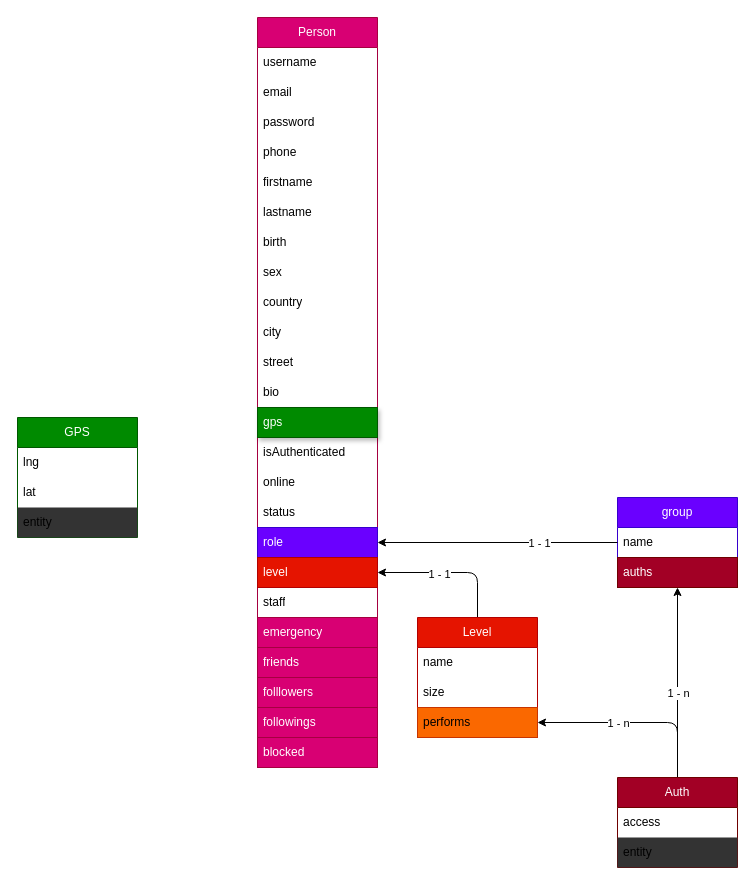
This is user.drawio from hydromelvictor/wilder, a draw.io file, before an edit. Source tidied: cells renumbered, new cells numbered last; positions are measured from the earlier drawing's top-left corner, leaving out a move shared by most shapes. Both pictures are drawn from the tidied source at 100%, with x=0, y=0 at pixel (17, 17).
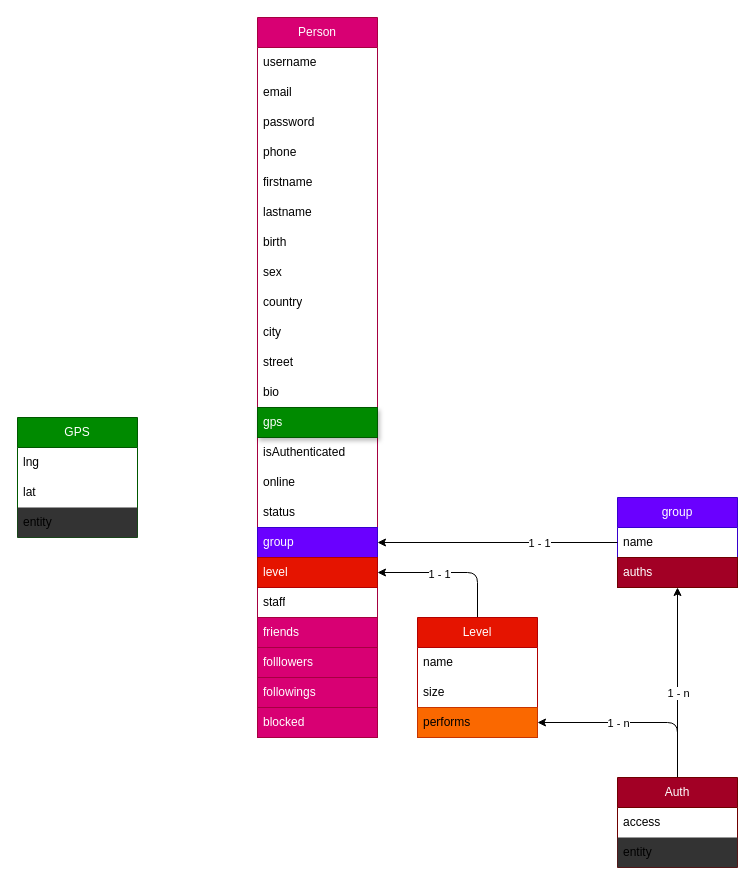
After the change.

Commit message (it also covers changes not shown here):
update with user authentication added

Diff of the diagram source:
```diff
@@
     <mxCell id="2" value="Person" style="swimlane;fontStyle=0;horizontal=1;startSize=30;whiteSpace=wrap;html=1;fillColor=#d80073;fontColor=#ffffff;strokeColor=#A50040;" parent="1" vertex="1">
-      <mxGeometry x="240" width="120" height="750" as="geometry" />
+      <mxGeometry x="240" width="120" height="720" as="geometry" />
     </mxCell>
@@
-    <mxCell id="19" value="role" style="text;strokeColor=#3700CC;fillColor=#6a00ff;align=left;verticalAlign=middle;spacingLeft=4;spacingRight=4;overflow=hidden;points=[[0,0.5],[1,0.5]];portConstraint=eastwest;whiteSpace=wrap;html=1;fontColor=#ffffff;" parent="2" vertex="1">
+    <mxCell id="19" value="group" style="text;strokeColor=#3700CC;fillColor=#6a00ff;align=left;verticalAlign=middle;spacingLeft=4;spacingRight=4;overflow=hidden;points=[[0,0.5],[1,0.5]];portConstraint=eastwest;whiteSpace=wrap;html=1;fontColor=#ffffff;" parent="2" vertex="1">
       <mxGeometry y="510" width="120" height="30" as="geometry" />
     </mxCell>
@@
-    <mxCell id="22" value="emergency" style="text;strokeColor=#A50040;fillColor=#d80073;align=left;verticalAlign=middle;spacingLeft=4;spacingRight=4;overflow=hidden;whiteSpace=wrap;html=1;fontColor=#ffffff;" parent="2" vertex="1">
-      <mxGeometry y="600" width="120" height="30" as="geometry" />
-    </mxCell>
     <mxCell id="23" value="friends" style="text;strokeColor=#A50040;fillColor=#d80073;align=left;verticalAlign=middle;spacingLeft=4;spacingRight=4;overflow=hidden;whiteSpace=wrap;html=1;fontColor=#ffffff;" parent="2" vertex="1">
-      <mxGeometry y="630" width="120" height="30" as="geometry" />
+      <mxGeometry y="600" width="120" height="30" as="geometry" />
     </mxCell>
     <mxCell id="24" value="folllowers" style="text;align=left;verticalAlign=middle;spacingLeft=4;spacingRight=4;overflow=hidden;whiteSpace=wrap;html=1;fillColor=#d80073;fontColor=#ffffff;strokeColor=#A50040;" parent="2" vertex="1">
-      <mxGeometry y="660" width="120" height="30" as="geometry" />
+      <mxGeometry y="630" width="120" height="30" as="geometry" />
     </mxCell>
     <mxCell id="25" value="followings" style="text;align=left;verticalAlign=middle;spacingLeft=4;spacingRight=4;overflow=hidden;whiteSpace=wrap;html=1;fillColor=#d80073;fontColor=#ffffff;strokeColor=#A50040;" parent="2" vertex="1">
-      <mxGeometry y="690" width="120" height="30" as="geometry" />
+      <mxGeometry y="660" width="120" height="30" as="geometry" />
     </mxCell>
     <mxCell id="26" value="blocked" style="text;align=left;verticalAlign=middle;spacingLeft=4;spacingRight=4;overflow=hidden;whiteSpace=wrap;html=1;fillColor=#d80073;fontColor=#ffffff;strokeColor=#A50040;" parent="2" vertex="1">
-      <mxGeometry y="720" width="120" height="30" as="geometry" />
+      <mxGeometry y="690" width="120" height="30" as="geometry" />
     </mxCell>
```
